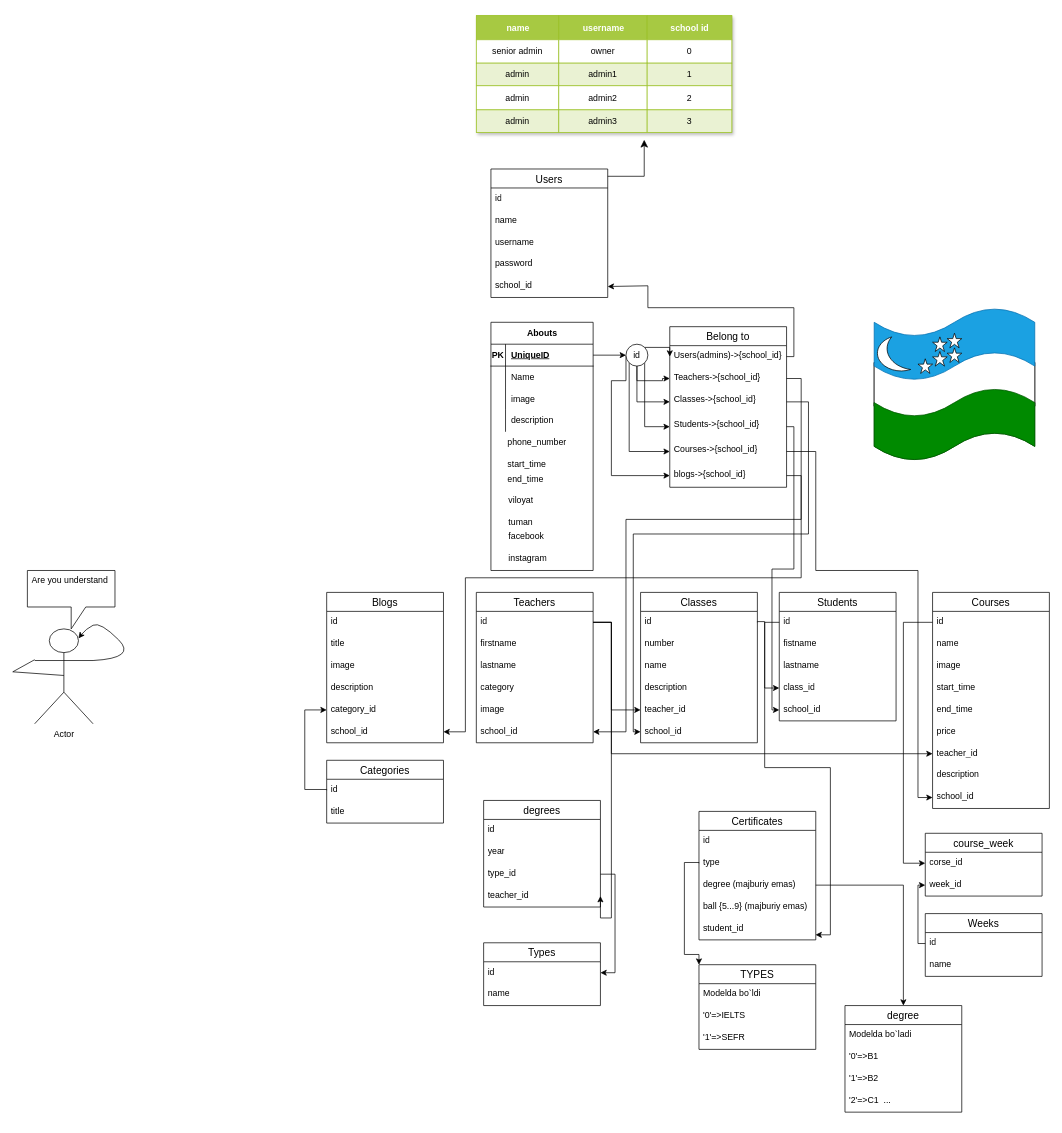
Above: page "Page-1" (1 of 2) of school-website/migration.drawio in my-white1/school-website (draw.io), before the change. Source tidied: cells renumbered, new cells numbered last; positions are measured from the earlier drawing's top-left corner, leaving out a move shared by most shapes. Both pictures are drawn from the tidied source at 73%, with x=0, y=0 at pixel (12, 15).
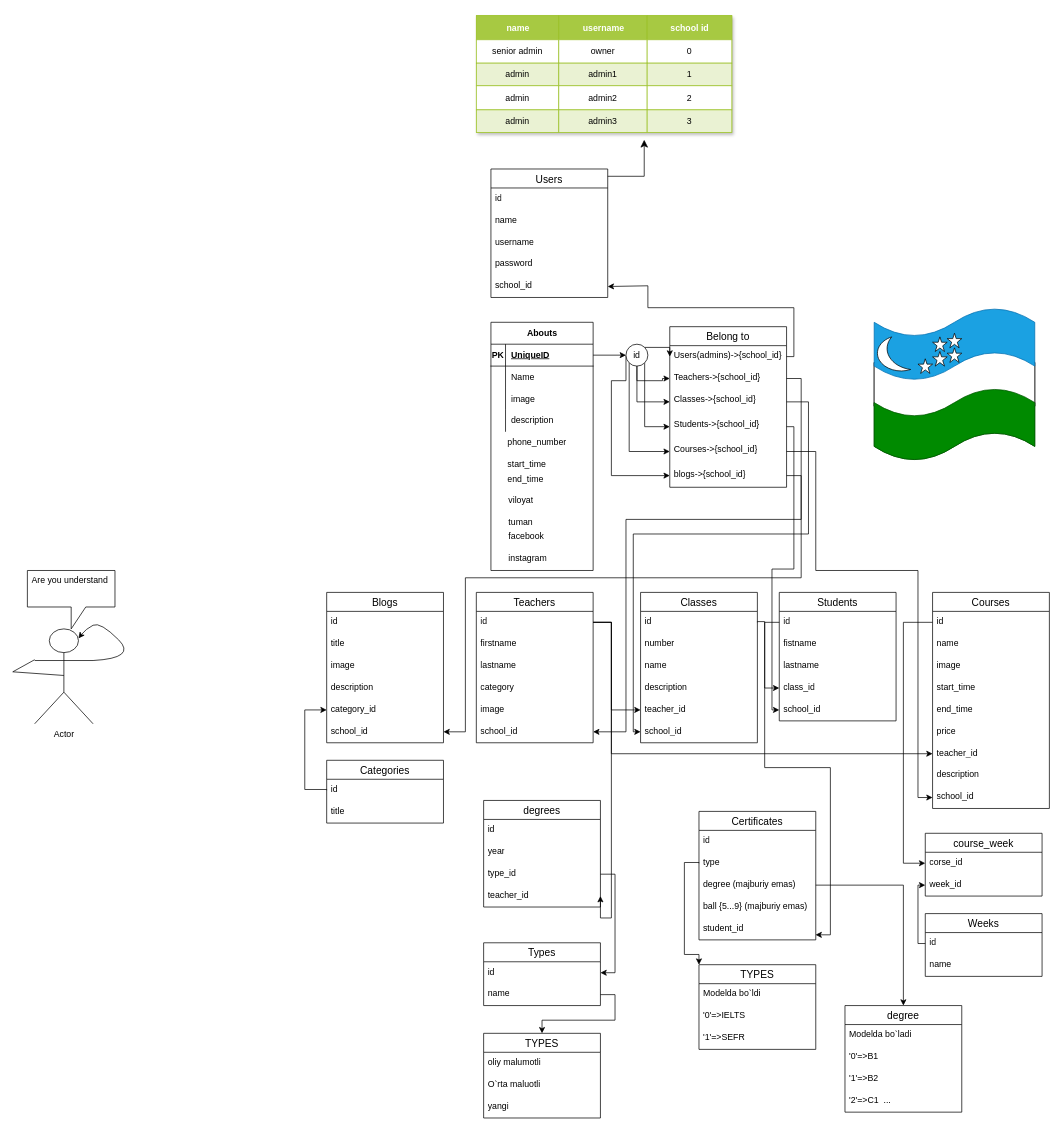
After the change.

Unchanged cells that the change refers to:
```xml
<mxCell id="109" value="name" style="text;strokeColor=none;fillColor=none;spacingLeft=4;spacingRight=4;overflow=hidden;points=[[0,0.5],[1,0.5]];portConstraint=eastwest;fontSize=12;whiteSpace=wrap;html=1;" parent="107" vertex="1">
  <mxGeometry y="56" width="160" height="30" as="geometry" />
</mxCell>
```

Diff of the diagram source:
```diff
@@
+    <mxCell id="174" value="TYPES" style="swimlane;fontStyle=0;horizontal=1;startSize=26;align=center;fontSize=14;" parent="1" vertex="1">
+      <mxGeometry x="645" y="1394" width="160" height="116" as="geometry" />
+    </mxCell>
+    <mxCell id="175" value="oliy malumotli" style="text;strokeColor=none;fillColor=none;spacingLeft=4;spacingRight=4;overflow=hidden;fontSize=12;whiteSpace=wrap;html=1;" parent="174" vertex="1">
+      <mxGeometry y="26" width="160" height="30" as="geometry" />
+    </mxCell>
+    <mxCell id="176" value="O`rta maluotli" style="text;strokeColor=none;fillColor=none;spacingLeft=4;spacingRight=4;overflow=hidden;fontSize=12;whiteSpace=wrap;html=1;" parent="174" vertex="1">
+      <mxGeometry y="56" width="160" height="30" as="geometry" />
+    </mxCell>
+    <mxCell id="177" value="yangi" style="text;strokeColor=none;fillColor=none;spacingLeft=4;spacingRight=4;overflow=hidden;fontSize=12;whiteSpace=wrap;html=1;" parent="174" vertex="1">
+      <mxGeometry y="86" width="160" height="30" as="geometry" />
+    </mxCell>
+    <mxCell id="178" style="edgeStyle=orthogonalEdgeStyle;rounded=0;jettySize=auto;html=1;exitX=1;exitY=0.5;exitDx=0;exitDy=0;" parent="1" edge="1" source="109" target="174">
+      <mxGeometry relative="1" as="geometry" />
+    </mxCell>
```
